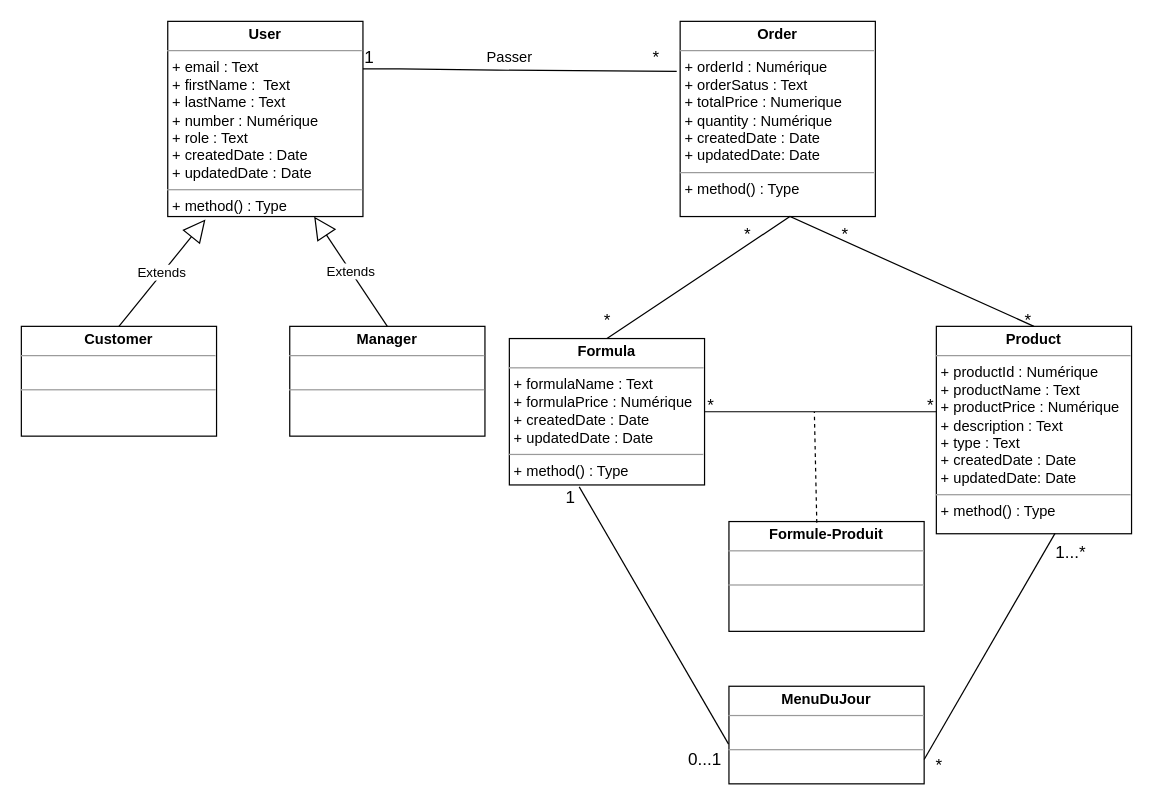
Before: msClassDiagram.drawio in CaroleAdg/tpjpa202, a draw.io diagram. Source tidied: cells renumbered, new cells numbered last; positions are measured from the earlier drawing's top-left corner, leaving out a move shared by most shapes. Both pictures are drawn from the tidied source at 122%, with x=0, y=0 at pixel (21, 21).
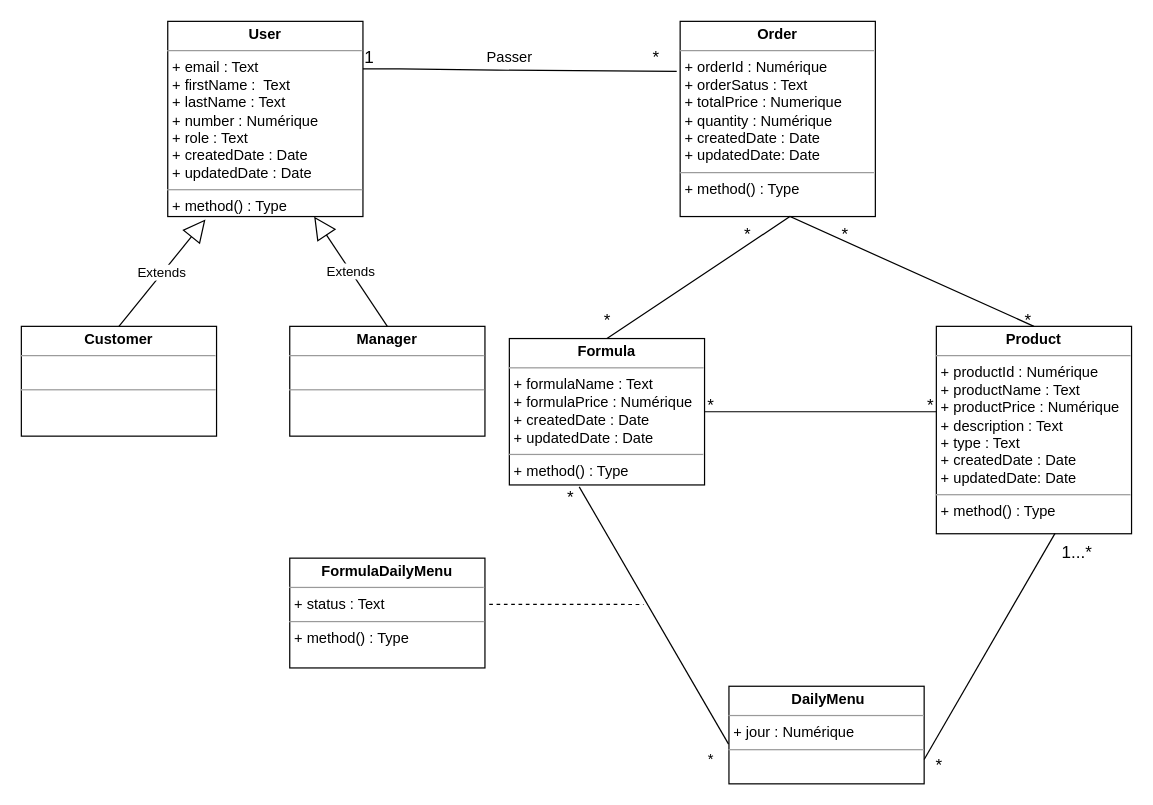
The same diagram, later.

Commit message (it also covers changes not shown here):
Mettre à jour msClassDiagram.drawio

Diff of the diagram source:
```diff
@@
-    <mxCell id="10" value="&lt;p style=&quot;margin:0px;margin-top:4px;text-align:center;&quot;&gt;&lt;b&gt;Formule-Produit&lt;/b&gt;&lt;/p&gt;&lt;hr size=&quot;1&quot;&gt;&lt;p style=&quot;margin:0px;margin-left:4px;&quot;&gt;&amp;nbsp;&lt;/p&gt;&lt;hr size=&quot;1&quot;&gt;&lt;p style=&quot;margin:0px;margin-left:4px;&quot;&gt;&lt;br&gt;&lt;/p&gt;" style="verticalAlign=top;align=left;overflow=fill;fontSize=12;fontFamily=Helvetica;html=1;" parent="1" vertex="1">
-      <mxGeometry x="580" y="410" width="160" height="90" as="geometry" />
-    </mxCell>
@@
-    <mxCell id="18" style="endArrow=none;dashed=1;html=1;rounded=0;fontSize=14;exitX=0.45;exitY=0.011;exitDx=0;exitDy=0;exitPerimeter=0;" parent="1" edge="1" source="10">
-      <mxGeometry relative="1" as="geometry">
-        <mxPoint x="650" y="320" as="targetPoint" />
-      </mxGeometry>
-    </mxCell>
@@
-    <mxCell id="24" value="&lt;p style=&quot;margin:0px;margin-top:4px;text-align:center;&quot;&gt;&lt;b&gt;MenuDuJour&lt;/b&gt;&lt;/p&gt;&lt;hr size=&quot;1&quot;&gt;&lt;p style=&quot;margin:0px;margin-left:4px;&quot;&gt;&lt;br&gt;&lt;/p&gt;&lt;hr size=&quot;1&quot;&gt;&lt;p style=&quot;margin:0px;margin-left:4px;&quot;&gt;&lt;br&gt;&lt;/p&gt;" style="verticalAlign=top;align=left;overflow=fill;fontSize=12;fontFamily=Helvetica;html=1;" parent="1" vertex="1">
+    <mxCell id="24" value="&lt;p style=&quot;margin:0px;margin-top:4px;text-align:center;&quot;&gt;&lt;b&gt;&amp;nbsp;DailyMenu&lt;/b&gt;&lt;/p&gt;&lt;hr size=&quot;1&quot;&gt;&lt;p style=&quot;margin:0px;margin-left:4px;&quot;&gt;+ jour : Numérique&lt;/p&gt;&lt;hr size=&quot;1&quot;&gt;&lt;p style=&quot;margin:0px;margin-left:4px;&quot;&gt;&lt;br&gt;&lt;/p&gt;" style="verticalAlign=top;align=left;overflow=fill;fontSize=12;fontFamily=Helvetica;html=1;" parent="1" vertex="1">
       <mxGeometry x="580" y="545" width="160" height="80" as="geometry" />
     </mxCell>
@@
     <mxCell id="27" value="1...*" style="text;html=1;align=center;verticalAlign=middle;strokeColor=none;fillColor=none;fontSize=14;" parent="1" vertex="1">
-      <mxGeometry x="835" y="420" width="50" height="30" as="geometry" />
+      <mxGeometry x="840" y="420" width="50" height="30" as="geometry" />
     </mxCell>
@@
-    <mxCell id="29" value="1" style="text;html=1;align=center;verticalAlign=middle;strokeColor=none;fillColor=none;fontSize=14;" parent="1" vertex="1">
+    <mxCell id="29" value="*" style="text;html=1;align=center;verticalAlign=middle;strokeColor=none;fillColor=none;fontSize=14;" parent="1" vertex="1">
       <mxGeometry x="435" y="375" width="30" height="30" as="geometry" />
     </mxCell>
-    <mxCell id="30" value="0...1" style="text;html=1;align=center;verticalAlign=middle;strokeColor=none;fillColor=none;fontSize=14;" parent="1" vertex="1">
-      <mxGeometry x="535" y="590" width="50" height="30" as="geometry" />
-    </mxCell>
+    <mxCell id="31" value="*" style="text;html=1;align=center;verticalAlign=middle;strokeColor=none;fillColor=none;" parent="1" vertex="1">
+      <mxGeometry x="550" y="590" width="30" height="30" as="geometry" />
+    </mxCell>
+    <mxCell id="32" style="endArrow=none;dashed=1;html=1;rounded=0;exitX=1.022;exitY=0.42;exitDx=0;exitDy=0;exitPerimeter=0;" parent="1" edge="1" source="33">
+      <mxGeometry relative="1" as="geometry">
+        <mxPoint x="510" y="478" as="targetPoint" />
+      </mxGeometry>
+    </mxCell>
+    <mxCell id="33" value="&lt;p style=&quot;margin:0px;margin-top:4px;text-align:center;&quot;&gt;&lt;b&gt;FormulaDailyMenu&lt;/b&gt;&lt;/p&gt;&lt;hr size=&quot;1&quot;&gt;&lt;p style=&quot;margin:0px;margin-left:4px;&quot;&gt;+ status : Text&lt;/p&gt;&lt;hr size=&quot;1&quot;&gt;&lt;p style=&quot;margin:0px;margin-left:4px;&quot;&gt;+ method()&amp;nbsp;: Type&lt;/p&gt;" style="verticalAlign=top;align=left;overflow=fill;fontSize=12;fontFamily=Helvetica;html=1;" parent="1" vertex="1">
+      <mxGeometry x="220" y="440" width="160" height="90" as="geometry" />
+    </mxCell>
```
